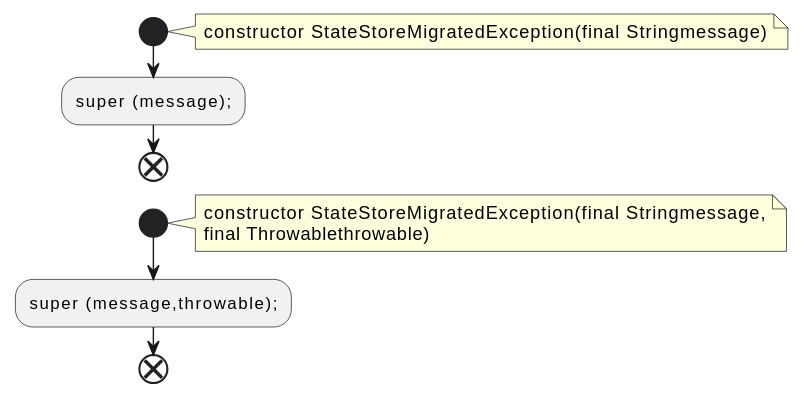
This is docs/qc/streams/src/main/java/org/apache/kafka/streams/errors/StateStoreMigratedException.java.fct.svg from qualitesys/kafka, a PlantUML export, as it was before one commit.
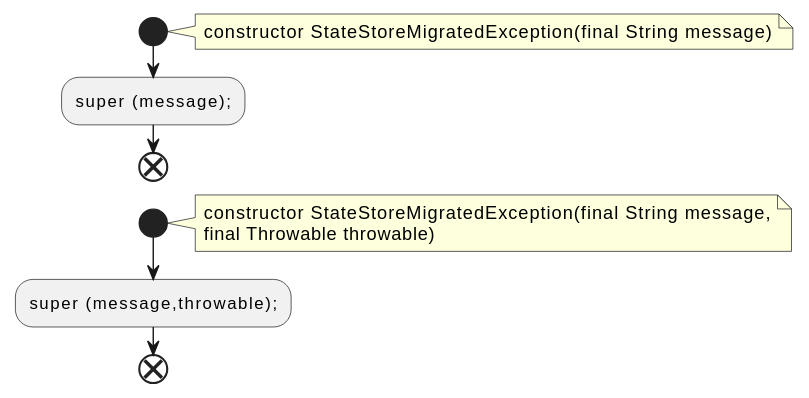
After the commit.

Change to the diagram source:
```diff
@@ -2,14 +2,14 @@
 !pragma layout smetana
 start
 note right
-constructor StateStoreMigratedException(final Stringmessage)
+constructor StateStoreMigratedException(final String message)
 end note
 :super (message);;
 end
 start
 note right
-constructor StateStoreMigratedException(final Stringmessage,
-final Throwablethrowable)
+constructor StateStoreMigratedException(final String message,
+final Throwable throwable)
 end note
 :super (message,throwable);;
 end
```
